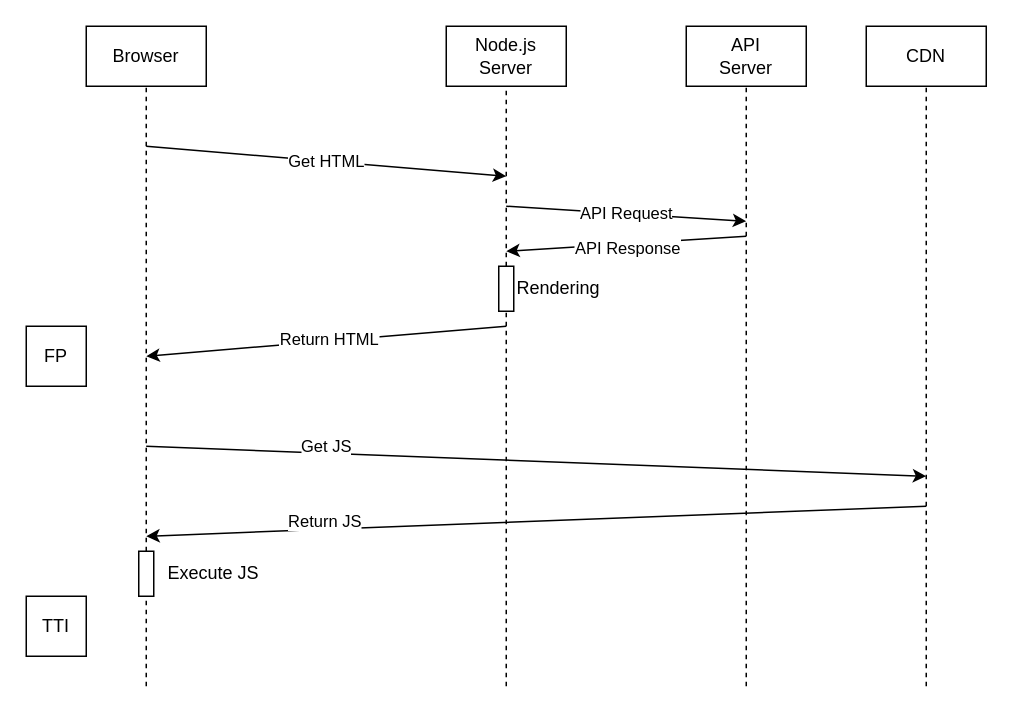
The draw.io diagram ssr.drawio in superche/diagrams, before the edit. Source tidied: cells renumbered, new cells numbered last; positions are measured from the earlier drawing's top-left corner, leaving out a move shared by most shapes. Both pictures are drawn from the tidied source at 150%, with x=0, y=0 at pixel (26, 26).
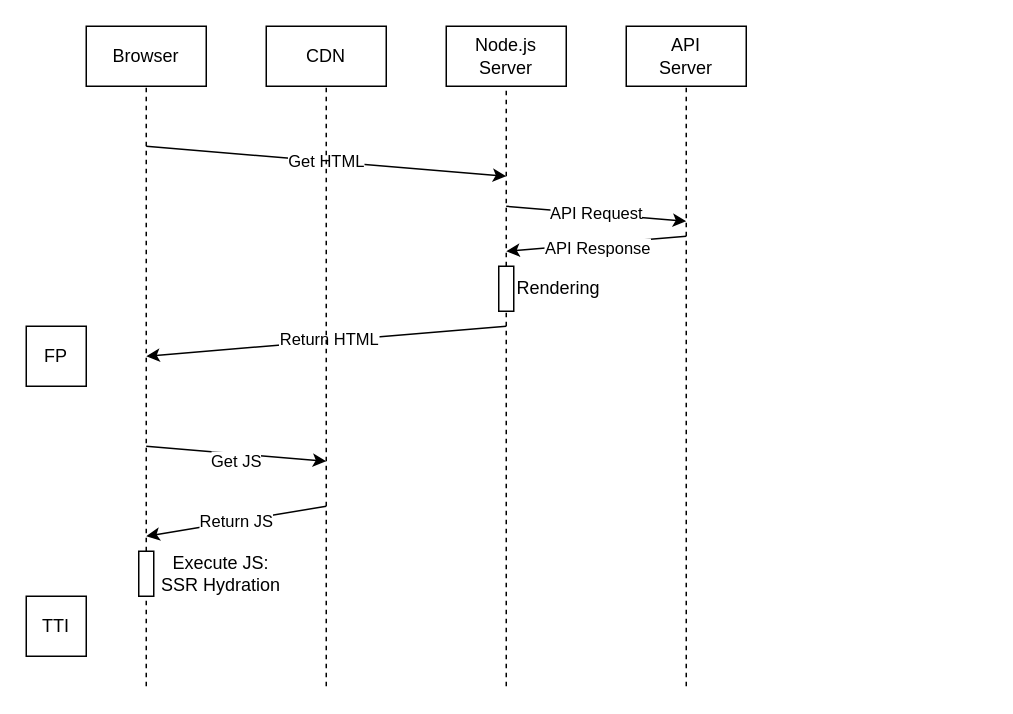
The same diagram, later.

What changed in the source:
```diff
@@
     <mxCell id="7" value="API&lt;br&gt;Server" style="rounded=0;whiteSpace=wrap;html=1;" parent="1" vertex="1">
-      <mxGeometry x="440" width="80" height="40" as="geometry" />
+      <mxGeometry x="400" width="80" height="40" as="geometry" />
     </mxCell>
     <mxCell id="8" style="endArrow=none;dashed=1;html=1;rounded=0;entryX=0.5;entryY=1;entryDx=0;entryDy=0;" parent="1" edge="1" target="7">
       <mxGeometry relative="1" as="geometry">
-        <mxPoint x="480" y="440" as="sourcePoint" />
+        <mxPoint x="440" y="440" as="sourcePoint" />
       </mxGeometry>
     </mxCell>
@@
     <mxCell id="11" value="API Request" style="endArrow=classic;html=1;rounded=0;" parent="1" edge="1">
       <mxGeometry relative="1" as="geometry">
         <mxPoint x="320" y="120" as="sourcePoint" />
-        <mxPoint x="480" y="130" as="targetPoint" />
+        <mxPoint x="440" y="130" as="targetPoint" />
       </mxGeometry>
     </mxCell>
     <mxCell id="12" style="endArrow=classic;html=1;rounded=0;" parent="1" edge="1">
       <mxGeometry relative="1" as="geometry">
-        <mxPoint x="480" y="140" as="sourcePoint" />
+        <mxPoint x="440" y="140" as="sourcePoint" />
         <mxPoint x="320" y="150" as="targetPoint" />
       </mxGeometry>
     </mxCell>
     <mxCell id="13" value="API Response" style="edgeLabel;html=1;align=center;verticalAlign=middle;" parent="12" vertex="1">
       <mxGeometry x="0.29" y="1" relative="1" as="geometry">
-        <mxPoint x="23" as="offset" />
+        <mxPoint x="18" as="offset" />
       </mxGeometry>
     </mxCell>
@@
     <mxCell id="18" value="Get JS" style="endArrow=classic;html=1;rounded=0;" parent="1" edge="1">
-      <mxGeometry x="-0.54" y="5" relative="1" as="geometry">
+      <mxGeometry x="0.01" y="-5" relative="1" as="geometry">
         <mxPoint x="80" y="280" as="sourcePoint" />
-        <mxPoint x="600" y="300" as="targetPoint" />
+        <mxPoint x="200" y="290" as="targetPoint" />
       </mxGeometry>
     </mxCell>
     <mxCell id="19" value="CDN" style="rounded=0;whiteSpace=wrap;html=1;" parent="1" vertex="1">
-      <mxGeometry x="560" width="80" height="40" as="geometry" />
+      <mxGeometry x="160" width="80" height="40" as="geometry" />
     </mxCell>
     <mxCell id="20" style="endArrow=none;dashed=1;html=1;rounded=0;entryX=0.5;entryY=1;entryDx=0;entryDy=0;" parent="1" edge="1" target="19">
       <mxGeometry relative="1" as="geometry">
-        <mxPoint x="600" y="440" as="sourcePoint" />
+        <mxPoint x="200" y="440" as="sourcePoint" />
       </mxGeometry>
     </mxCell>
     <mxCell id="21" value="Return JS" style="endArrow=classic;html=1;rounded=0;" parent="1" edge="1">
-      <mxGeometry x="0.54" y="-5" relative="1" as="geometry">
-        <mxPoint x="600" y="320" as="sourcePoint" />
+      <mxGeometry relative="1" as="geometry">
+        <mxPoint x="200" y="320" as="sourcePoint" />
         <mxPoint x="80" y="340" as="targetPoint" />
       </mxGeometry>
     </mxCell>
@@
-    <mxCell id="24" value="Execute JS" style="text;html=1;strokeColor=none;fillColor=none;align=center;verticalAlign=middle;whiteSpace=wrap;rounded=0;" parent="1" vertex="1">
-      <mxGeometry x="85" y="350" width="80" height="30" as="geometry" />
+    <mxCell id="24" value="Execute JS:&lt;br&gt;SSR Hydration" style="text;html=1;strokeColor=none;fillColor=none;align=center;verticalAlign=middle;whiteSpace=wrap;rounded=0;" parent="1" vertex="1">
+      <mxGeometry x="85" y="350" width="90" height="30" as="geometry" />
     </mxCell>
```
